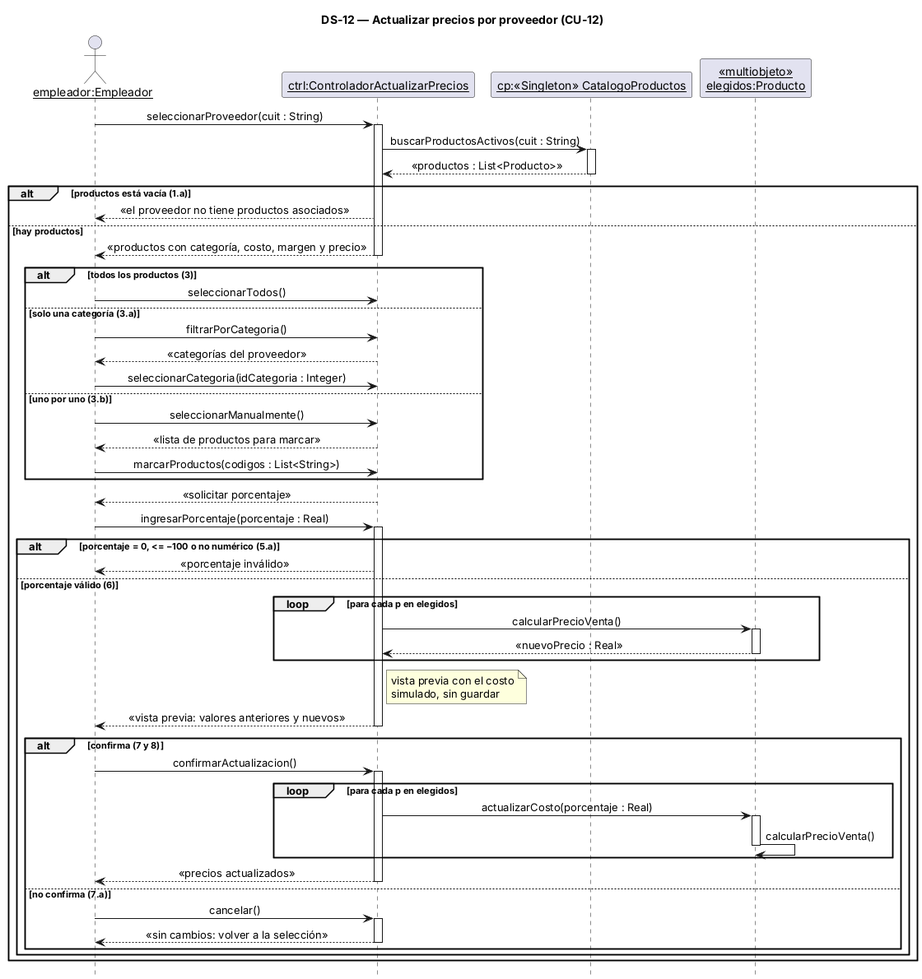
The PlantUML diagram 08-Diagrama De Secuencia/DS-12 Actualizar precios por proveedor.png in alanbalzaretti123/control-de-stock1, before a commit.
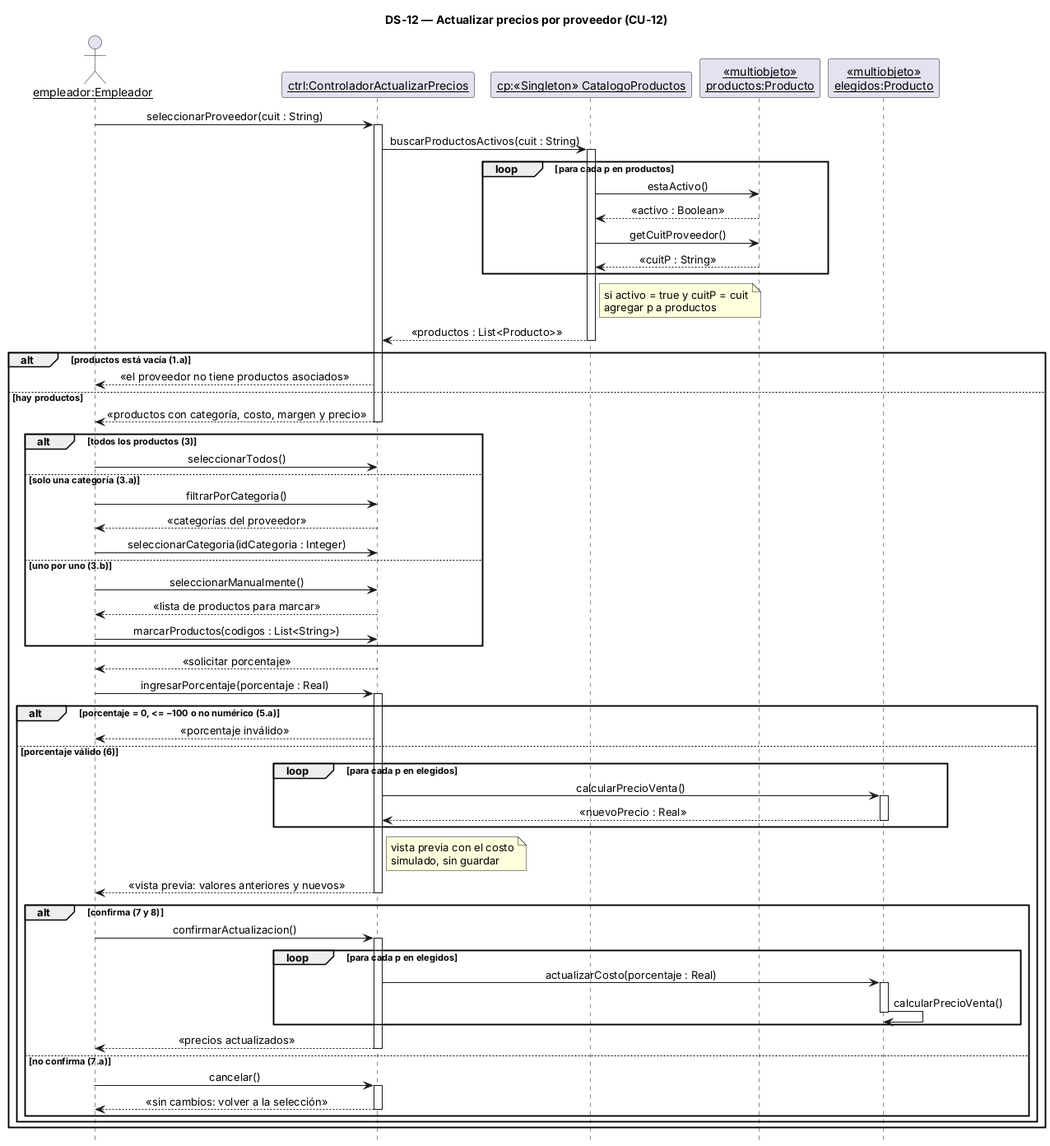
After the commit.

Change to the diagram source:
```diff
@@ -8,12 +8,20 @@
 actor "empleador:Empleador" as U
 participant "ctrl:ControladorActualizarPrecios" as C
 participant "cp:«Singleton» CatalogoProductos" as CP
+participant "«multiobjeto»\nproductos:Producto" as MPR
 participant "«multiobjeto»\nelegidos:Producto" as P
 
 U -> C : seleccionarProveedor(cuit : String)
 activate C
 C -> CP : buscarProductosActivos(cuit : String)
 activate CP
+loop para cada p en productos
+  CP -> MPR : estaActivo()
+  MPR --> CP : «activo : Boolean»
+  CP -> MPR : getCuitProveedor()
+  MPR --> CP : «cuitP : String»
+end
+note right of CP : si activo = true y cuitP = cuit\nagregar p a productos
 CP --> C : «productos : List<Producto>»
 deactivate CP
 alt productos está vacía (1.a)
```
